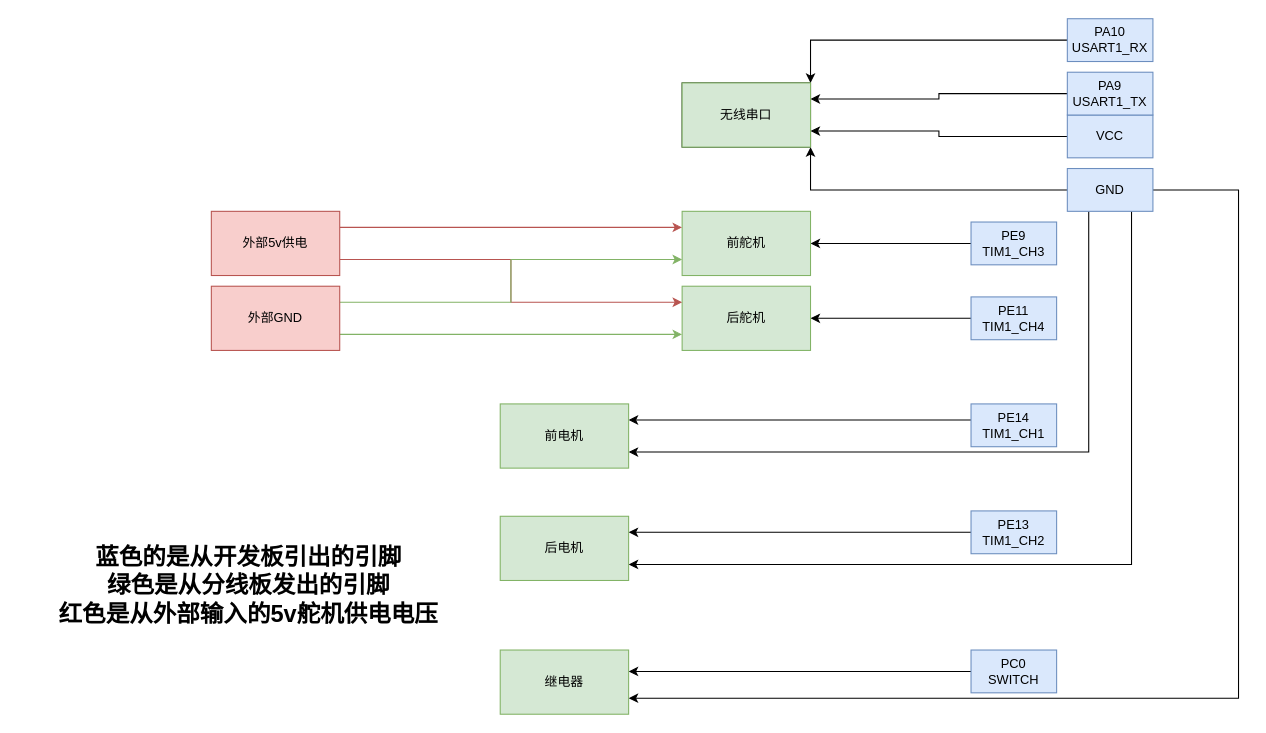
This is 救生船分线板线路图.drawio from yuanluochen/Boat, a draw.io file, before an edit. Source tidied: cells renumbered, new cells numbered last; positions are measured from the earlier drawing's top-left corner, leaving out a move shared by most shapes. Both pictures are drawn from the tidied source at 107%, with x=0, y=0 at pixel (18, 18).
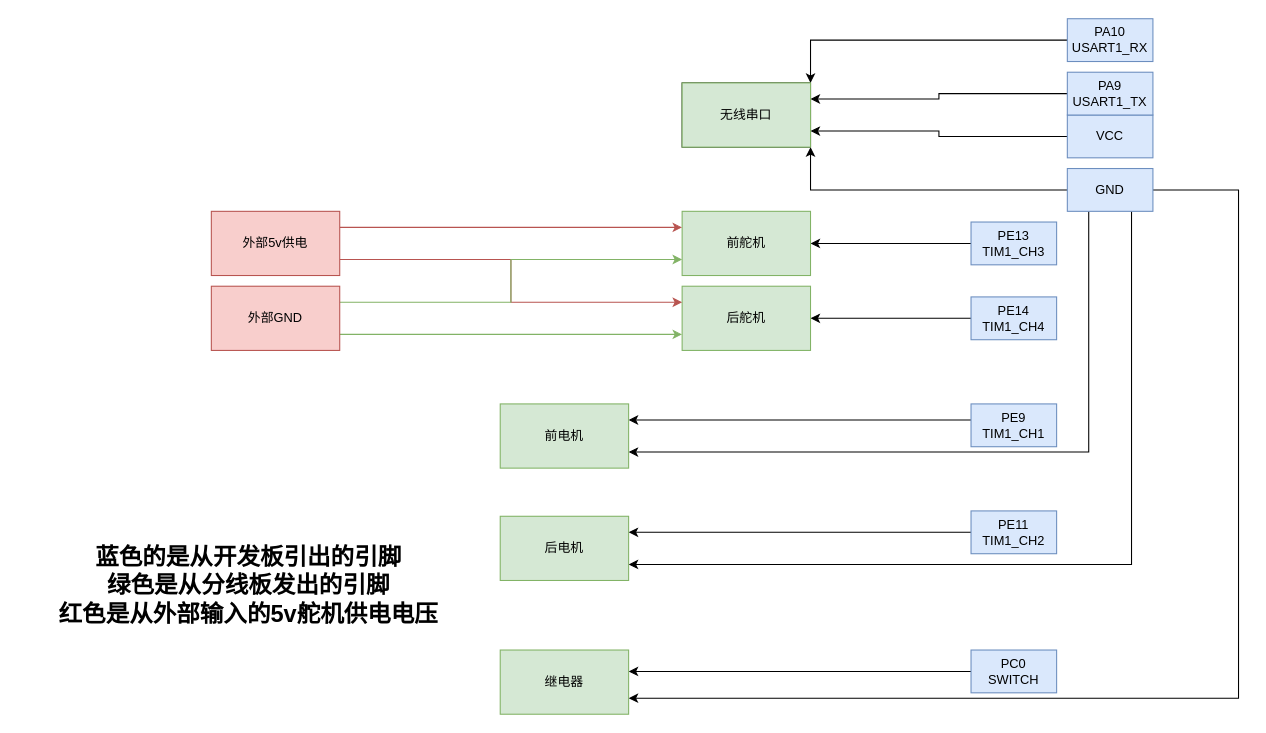
The same diagram, later.

Commit message:
更新一下图纸

Change to the diagram source:
```diff
@@
-    <mxCell id="5" value="PE11&lt;br&gt;TIM1_CH4" style="rounded=0;whiteSpace=wrap;html=1;fillColor=#dae8fc;strokeColor=#6c8ebf;" parent="1" vertex="1">
+    <mxCell id="5" value="PE14&lt;br&gt;TIM1_CH4" style="rounded=0;whiteSpace=wrap;html=1;fillColor=#dae8fc;strokeColor=#6c8ebf;" parent="1" vertex="1">
       <mxGeometry x="890" y="260" width="80" height="40" as="geometry" />
     </mxCell>
@@
-    <mxCell id="7" value="PE9&lt;br&gt;TIM1_CH3" style="rounded=0;whiteSpace=wrap;html=1;fillColor=#dae8fc;strokeColor=#6c8ebf;" parent="1" vertex="1">
+    <mxCell id="7" value="PE13&lt;br&gt;TIM1_CH3" style="rounded=0;whiteSpace=wrap;html=1;fillColor=#dae8fc;strokeColor=#6c8ebf;" parent="1" vertex="1">
       <mxGeometry x="890" y="190" width="80" height="40" as="geometry" />
     </mxCell>
@@
-    <mxCell id="9" value="PE13&lt;br&gt;TIM1_CH2" style="rounded=0;whiteSpace=wrap;html=1;fillColor=#dae8fc;strokeColor=#6c8ebf;" parent="1" vertex="1">
+    <mxCell id="9" value="PE11&lt;br&gt;TIM1_CH2" style="rounded=0;whiteSpace=wrap;html=1;fillColor=#dae8fc;strokeColor=#6c8ebf;" parent="1" vertex="1">
       <mxGeometry x="890" y="460" width="80" height="40" as="geometry" />
     </mxCell>
@@
-    <mxCell id="11" value="PE14&lt;br&gt;TIM1_CH1" style="rounded=0;whiteSpace=wrap;html=1;fillColor=#dae8fc;strokeColor=#6c8ebf;" parent="1" vertex="1">
+    <mxCell id="11" value="PE9&lt;br&gt;TIM1_CH1" style="rounded=0;whiteSpace=wrap;html=1;fillColor=#dae8fc;strokeColor=#6c8ebf;" parent="1" vertex="1">
       <mxGeometry x="890" y="360" width="80" height="40" as="geometry" />
     </mxCell>
```
